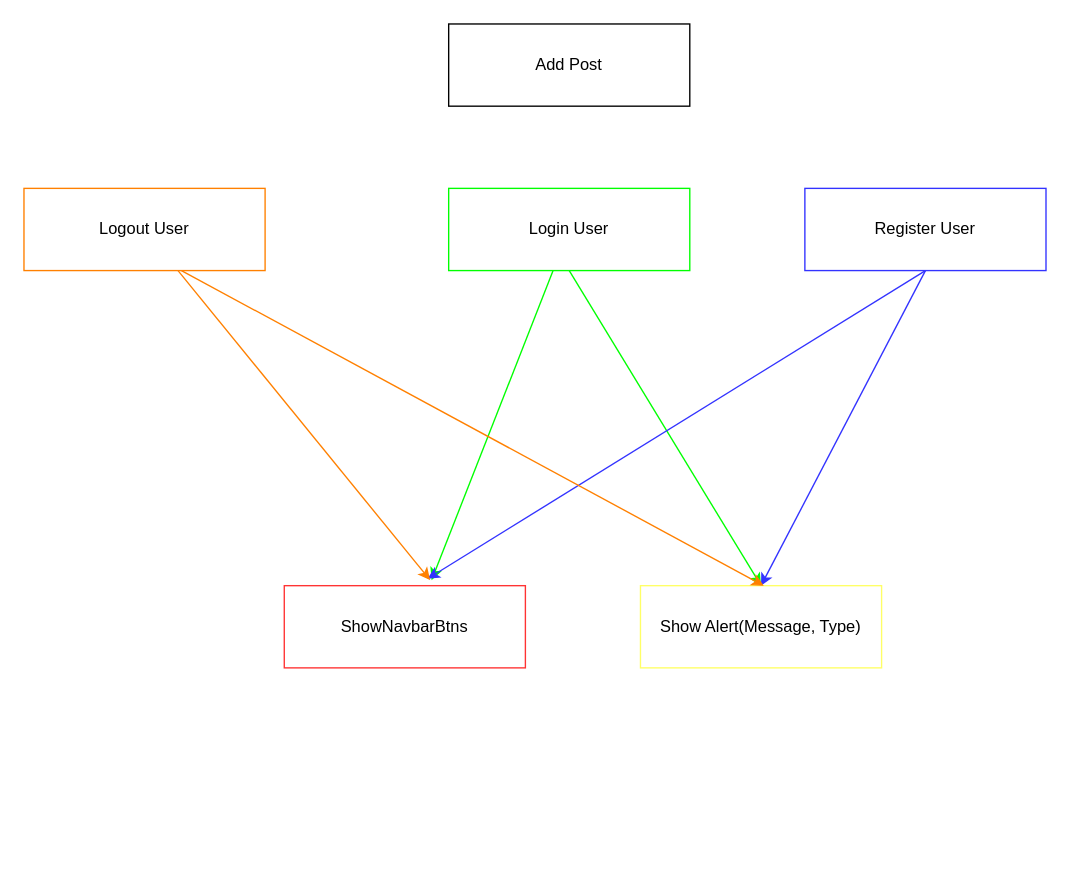
Above: draw.drawio in MoomenEltelbany/Social-Media (draw.io), before the change. Source tidied: cells renumbered, new cells numbered last; positions are measured from the earlier drawing's top-left corner, leaving out a move shared by most shapes. Both pictures are drawn from the tidied source at 137%, with x=0, y=0 at pixel (23, 23).
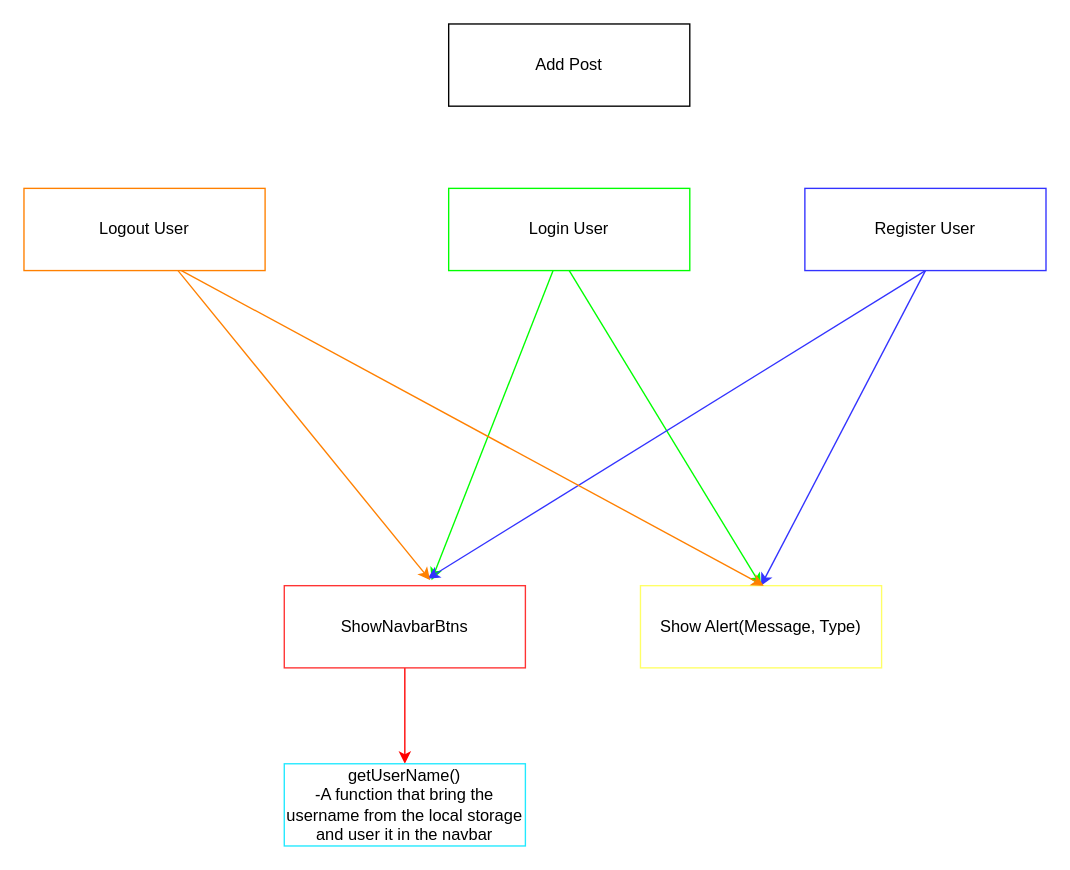
The same diagram, later.

Change to the diagram source:
```diff
@@
 <mxGraphModel>
   <root>
     <mxCell id="0" />
     <mxCell id="1" parent="0" />
     <mxCell id="2" style="edgeStyle=none;html=1;entryX=0.5;entryY=0;entryDx=0;entryDy=0;exitX=0.5;exitY=1;exitDx=0;exitDy=0;strokeColor=#00FF00;" parent="1" edge="1" source="4" target="8">
       <mxGeometry relative="1" as="geometry" />
     </mxCell>
     <mxCell id="3" style="edgeStyle=none;html=1;entryX=0.611;entryY=-0.067;entryDx=0;entryDy=0;entryPerimeter=0;strokeColor=#00FF00;" parent="1" edge="1" source="4" target="9">
       <mxGeometry relative="1" as="geometry" />
     </mxCell>
     <mxCell id="4" value="Login User" style="rounded=0;whiteSpace=wrap;html=1;fontStyle=0;strokeColor=#00FF00;" parent="1" vertex="1">
       <mxGeometry x="310" y="120" width="176" height="60" as="geometry" />
     </mxCell>
     <mxCell id="5" style="edgeStyle=none;html=1;entryX=0.5;entryY=0;entryDx=0;entryDy=0;exitX=0.5;exitY=1;exitDx=0;exitDy=0;strokeColor=#3333FF;" parent="1" edge="1" source="7" target="8">
       <mxGeometry relative="1" as="geometry" />
     </mxCell>
     <mxCell id="6" style="edgeStyle=none;html=1;entryX=0.594;entryY=-0.083;entryDx=0;entryDy=0;entryPerimeter=0;exitX=0.5;exitY=1;exitDx=0;exitDy=0;strokeColor=#3333FF;" parent="1" edge="1" source="7" target="9">
       <mxGeometry relative="1" as="geometry" />
     </mxCell>
     <mxCell id="7" value="Register User" style="rounded=0;whiteSpace=wrap;html=1;fontStyle=0;strokeColor=#3333FF;" parent="1" vertex="1">
       <mxGeometry x="570" y="120" width="176" height="60" as="geometry" />
     </mxCell>
     <mxCell id="8" value="Show Alert(Message, Type)" style="rounded=0;whiteSpace=wrap;html=1;fontStyle=0;strokeColor=#FFFF66;" parent="1" vertex="1">
       <mxGeometry x="450" y="410" width="176" height="60" as="geometry" />
     </mxCell>
+    <mxCell id="14" style="edgeStyle=none;html=1;entryX=0.5;entryY=0;entryDx=0;entryDy=0;strokeColor=#FF0000;" parent="1" edge="1" source="9" target="15">
+      <mxGeometry relative="1" as="geometry" />
+    </mxCell>
     <mxCell id="9" value="ShowNavbarBtns" style="rounded=0;whiteSpace=wrap;html=1;fontStyle=0;strokeColor=#FF3333;" parent="1" vertex="1">
       <mxGeometry x="190" y="410" width="176" height="60" as="geometry" />
     </mxCell>
     <mxCell id="10" value="Add Post" style="rounded=0;whiteSpace=wrap;html=1;fontStyle=0;" parent="1" vertex="1">
       <mxGeometry x="310" width="176" height="60" as="geometry" />
     </mxCell>
     <mxCell id="11" style="edgeStyle=none;html=1;entryX=0.605;entryY=-0.067;entryDx=0;entryDy=0;entryPerimeter=0;strokeColor=#FF8000;" parent="1" edge="1" source="13" target="9">
       <mxGeometry relative="1" as="geometry" />
     </mxCell>
     <mxCell id="12" style="edgeStyle=none;html=1;strokeColor=#FF8000;exitX=0.653;exitY=1;exitDx=0;exitDy=0;exitPerimeter=0;" parent="1" edge="1" source="13">
       <mxGeometry relative="1" as="geometry">
         <mxPoint x="540" y="410" as="targetPoint" />
       </mxGeometry>
     </mxCell>
     <mxCell id="13" value="Logout User" style="rounded=0;whiteSpace=wrap;html=1;fontStyle=0;strokeColor=#FF8000;" parent="1" vertex="1">
       <mxGeometry y="120" width="176" height="60" as="geometry" />
     </mxCell>
+    <mxCell id="15" value="getUserName()&lt;br&gt;-A function that bring the username from the local storage and user it in the navbar" style="rounded=0;whiteSpace=wrap;html=1;fontStyle=0;strokeColor=#21E9FF;" parent="1" vertex="1">
+      <mxGeometry x="190" y="540" width="176" height="60" as="geometry" />
+    </mxCell>
   </root>
 </mxGraphModel>
```
